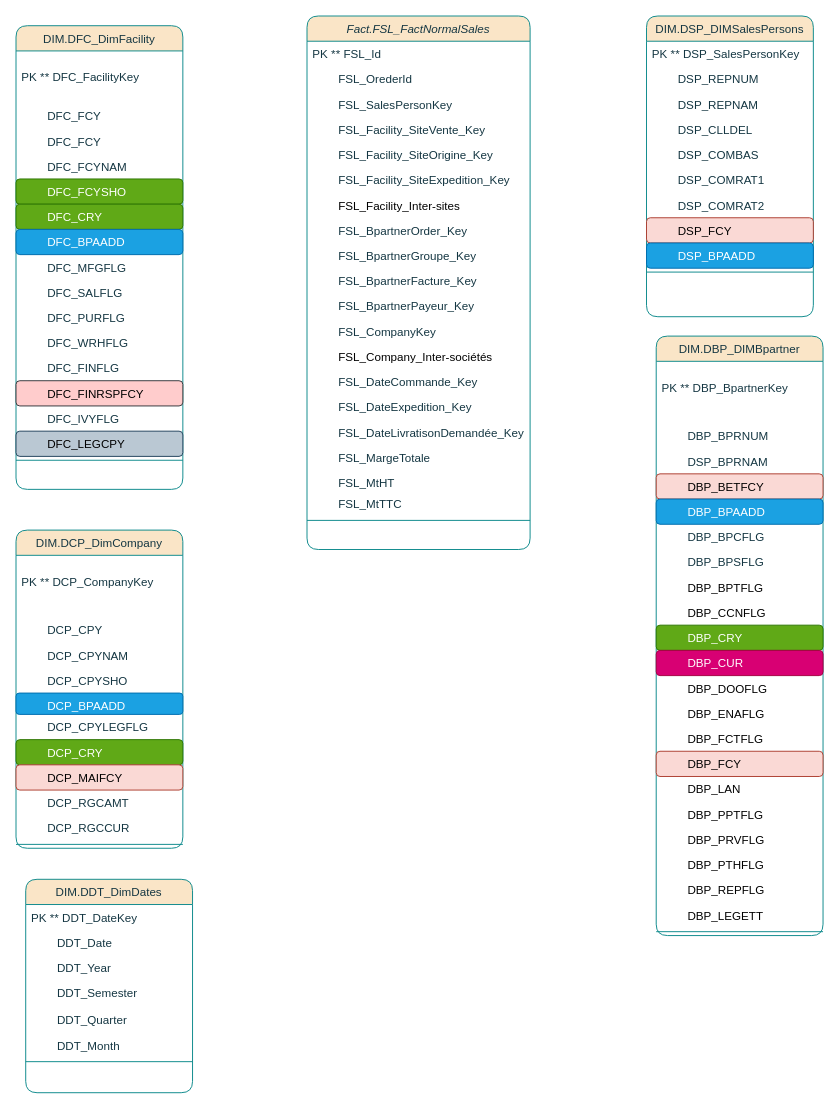
This is Diagramme de classe.drawio from BorchaniMohamed/BI_PROJECT_PFE, a draw.io file, before an edit. Source tidied: cells renumbered, new cells numbered last; positions are measured from the earlier drawing's top-left corner, leaving out a move shared by most shapes. Both pictures are drawn from the tidied source at 97%, with x=0, y=0 at pixel (16, 16).
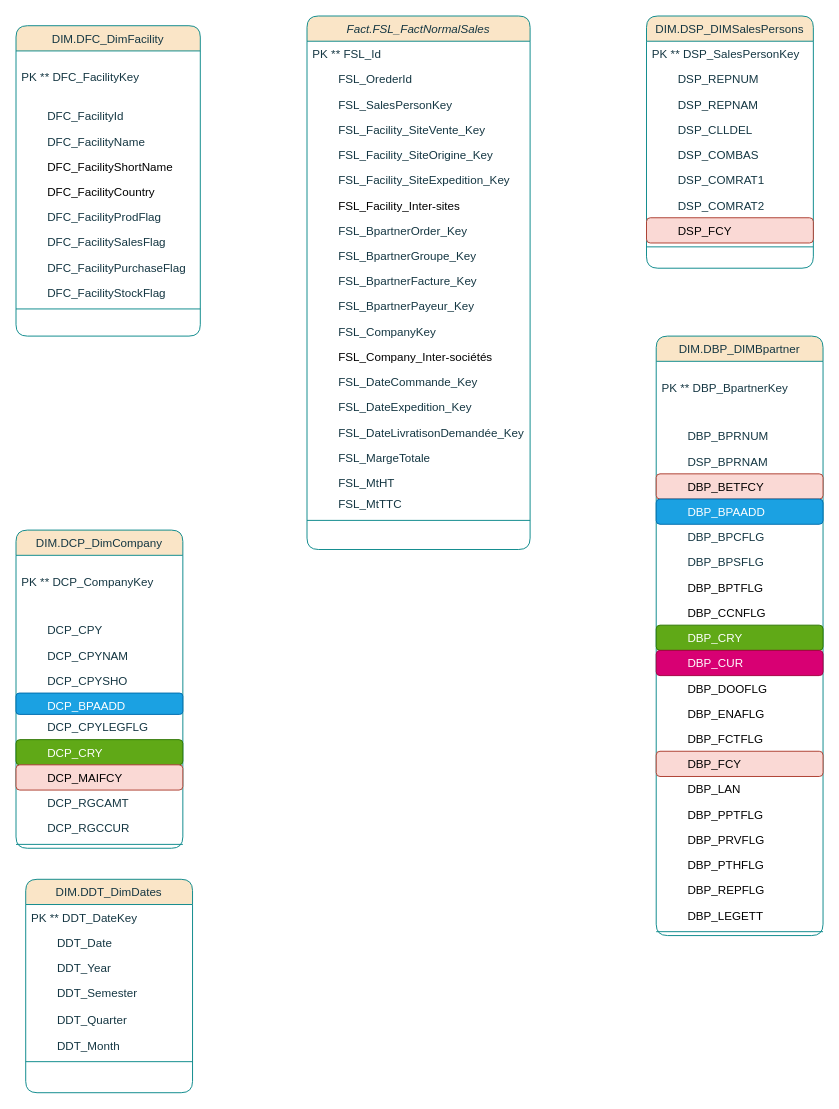
Above is the later version.

Commit message:
Mettre à jour Diagramme de classe.drawio

The edit, as a diff of the source:
```diff
@@
     <mxCell id="23" value="DIM.DSP_DIMSalesPersons" style="swimlane;fontStyle=0;align=center;verticalAlign=top;horizontal=1;startSize=26;rounded=1;shadow=0;strokeWidth=1;fillColor=#FAE5C7;strokeColor=#0F8B8D;labelBackgroundColor=none;fontColor=#143642;" parent="1" vertex="1">
-      <mxGeometry x="650" width="172" height="310" as="geometry" />
+      <mxGeometry x="650" width="172" height="260" as="geometry" />
     </mxCell>
@@
-    <mxCell id="32" value="        DSP_BPAADD" style="text;align=left;verticalAlign=top;spacingLeft=4;spacingRight=4;overflow=hidden;rounded=1;shadow=0;html=0;labelBackgroundColor=none;fontColor=#ffffff;fillColor=#1ba1e2;strokeColor=#006EAF;" parent="23" vertex="1">
-      <mxGeometry y="234" width="172" height="26" as="geometry" />
-    </mxCell>
     <mxCell id="33" style="line;html=1;strokeWidth=1;align=left;verticalAlign=middle;spacingTop=-1;spacingLeft=3;spacingRight=3;labelPosition=right;labelBackgroundColor=none;fillColor=#FAE5C7;strokeColor=#0F8B8D;fontColor=#143642;rounded=1;" parent="23" vertex="1">
-      <mxGeometry y="260" width="172" height="8" as="geometry" />
+      <mxGeometry y="234" width="172" height="8" as="geometry" />
     </mxCell>
     <mxCell id="34" value="DIM.DFC_DimFacility" style="swimlane;fontStyle=0;align=center;verticalAlign=top;horizontal=1;startSize=26;rounded=1;shadow=0;strokeWidth=1;fillColor=#FAE5C7;strokeColor=#0F8B8D;labelBackgroundColor=none;fontColor=#143642;" parent="1" vertex="1">
-      <mxGeometry y="10" width="172" height="478" as="geometry" />
+      <mxGeometry y="10" width="190" height="320" as="geometry" />
     </mxCell>
     <mxCell id="35" value="&#10;PK ** DFC_FacilityKey" style="text;align=left;verticalAlign=top;spacingLeft=4;spacingRight=4;overflow=hidden;labelBackgroundColor=none;fontColor=#143642;rounded=1;" parent="34" vertex="1">
-      <mxGeometry y="26" width="172" height="54" as="geometry" />
+      <mxGeometry y="26" width="190" height="54" as="geometry" />
     </mxCell>
-    <mxCell id="36" value="        DFC_FCY" style="text;align=left;verticalAlign=top;spacingLeft=4;spacingRight=4;overflow=hidden;labelBackgroundColor=none;fontColor=#143642;rounded=1;" parent="34" vertex="1">
-      <mxGeometry y="80" width="172" height="26" as="geometry" />
+    <mxCell id="36" value="        DFC_FacilityId" style="text;align=left;verticalAlign=top;spacingLeft=4;spacingRight=4;overflow=hidden;labelBackgroundColor=none;fontColor=#143642;rounded=1;" parent="34" vertex="1">
+      <mxGeometry y="80" width="190" height="26" as="geometry" />
     </mxCell>
-    <mxCell id="37" value="        DFC_FCY" style="text;align=left;verticalAlign=top;spacingLeft=4;spacingRight=4;overflow=hidden;labelBackgroundColor=none;fontColor=#143642;rounded=1;" parent="34" vertex="1">
-      <mxGeometry y="106" width="172" height="26" as="geometry" />
-    </mxCell>
-    <mxCell id="38" value="        DFC_FCYNAM" style="text;align=left;verticalAlign=top;spacingLeft=4;spacingRight=4;overflow=hidden;labelBackgroundColor=none;fontColor=#143642;rounded=1;" parent="34" vertex="1">
-      <mxGeometry y="132" width="172" height="26" as="geometry" />
+    <mxCell id="38" value="        DFC_FacilityName" style="text;align=left;verticalAlign=top;spacingLeft=4;spacingRight=4;overflow=hidden;labelBackgroundColor=none;fontColor=#143642;rounded=1;" parent="34" vertex="1">
+      <mxGeometry y="106" width="190" height="26" as="geometry" />
     </mxCell>
-    <mxCell id="39" value="        DFC_FCYSHO" style="text;align=left;verticalAlign=top;spacingLeft=4;spacingRight=4;overflow=hidden;labelBackgroundColor=none;rounded=1;fillColor=#60a917;fontColor=#ffffff;strokeColor=#2D7600;" parent="34" vertex="1">
-      <mxGeometry y="158" width="172" height="26" as="geometry" />
+    <mxCell id="39" value="        DFC_FacilityShortName" style="text;align=left;verticalAlign=top;spacingLeft=4;spacingRight=4;overflow=hidden;labelBackgroundColor=none;rounded=1;" parent="34" vertex="1">
+      <mxGeometry y="132" width="190" height="26" as="geometry" />
     </mxCell>
-    <mxCell id="40" value="        DFC_CRY" style="text;align=left;verticalAlign=top;spacingLeft=4;spacingRight=4;overflow=hidden;labelBackgroundColor=none;fontColor=#ffffff;rounded=1;fillColor=#60a917;strokeColor=#2D7600;" parent="34" vertex="1">
-      <mxGeometry y="184" width="172" height="26" as="geometry" />
+    <mxCell id="40" value="        DFC_FacilityCountry" style="text;align=left;verticalAlign=top;spacingLeft=4;spacingRight=4;overflow=hidden;labelBackgroundColor=none;rounded=1;" parent="34" vertex="1">
+      <mxGeometry y="158" width="190" height="26" as="geometry" />
     </mxCell>
-    <mxCell id="41" value="        DFC_BPAADD" style="text;align=left;verticalAlign=top;spacingLeft=4;spacingRight=4;overflow=hidden;labelBackgroundColor=none;fontColor=#ffffff;rounded=1;fillColor=#1ba1e2;strokeColor=#006EAF;" parent="34" vertex="1">
-      <mxGeometry y="210" width="172" height="26" as="geometry" />
-    </mxCell>
-    <mxCell id="42" value="        DFC_MFGFLG" style="text;align=left;verticalAlign=top;spacingLeft=4;spacingRight=4;overflow=hidden;labelBackgroundColor=none;fontColor=#143642;rounded=1;" parent="34" vertex="1">
-      <mxGeometry y="236" width="172" height="26" as="geometry" />
+    <mxCell id="42" value="        DFC_FacilityProdFlag" style="text;align=left;verticalAlign=top;spacingLeft=4;spacingRight=4;overflow=hidden;labelBackgroundColor=none;fontColor=#143642;rounded=1;" parent="34" vertex="1">
+      <mxGeometry y="184" width="190" height="26" as="geometry" />
     </mxCell>
-    <mxCell id="43" value="        DFC_SALFLG" style="text;align=left;verticalAlign=top;spacingLeft=4;spacingRight=4;overflow=hidden;labelBackgroundColor=none;fontColor=#143642;rounded=1;" parent="34" vertex="1">
-      <mxGeometry y="262" width="172" height="26" as="geometry" />
+    <mxCell id="43" value="        DFC_FacilitySalesFlag" style="text;align=left;verticalAlign=top;spacingLeft=4;spacingRight=4;overflow=hidden;labelBackgroundColor=none;fontColor=#143642;rounded=1;" parent="34" vertex="1">
+      <mxGeometry y="210" width="190" height="26" as="geometry" />
     </mxCell>
-    <mxCell id="44" value="        DFC_PURFLG" style="text;align=left;verticalAlign=top;spacingLeft=4;spacingRight=4;overflow=hidden;labelBackgroundColor=none;fontColor=#143642;rounded=1;" parent="34" vertex="1">
-      <mxGeometry y="288" width="172" height="26" as="geometry" />
+    <mxCell id="44" value="        DFC_FacilityPurchaseFlag" style="text;align=left;verticalAlign=top;spacingLeft=4;spacingRight=4;overflow=hidden;labelBackgroundColor=none;fontColor=#143642;rounded=1;" parent="34" vertex="1">
+      <mxGeometry y="236" width="190" height="26" as="geometry" />
     </mxCell>
-    <mxCell id="45" value="        DFC_WRHFLG" style="text;align=left;verticalAlign=top;spacingLeft=4;spacingRight=4;overflow=hidden;labelBackgroundColor=none;fontColor=#143642;rounded=1;" parent="34" vertex="1">
-      <mxGeometry y="314" width="172" height="26" as="geometry" />
+    <mxCell id="45" value="        DFC_FacilityStockFlag" style="text;align=left;verticalAlign=top;spacingLeft=4;spacingRight=4;overflow=hidden;labelBackgroundColor=none;fontColor=#143642;rounded=1;" parent="34" vertex="1">
+      <mxGeometry y="262" width="190" height="26" as="geometry" />
     </mxCell>
-    <mxCell id="46" value="        DFC_FINFLG" style="text;align=left;verticalAlign=top;spacingLeft=4;spacingRight=4;overflow=hidden;labelBackgroundColor=none;fontColor=#143642;rounded=1;" parent="34" vertex="1">
-      <mxGeometry y="340" width="172" height="26" as="geometry" />
-    </mxCell>
-    <mxCell id="47" value="        DFC_FINRSPFCY" style="text;align=left;verticalAlign=top;spacingLeft=4;spacingRight=4;overflow=hidden;labelBackgroundColor=none;rounded=1;fillColor=#ffcccc;strokeColor=#36393d;" parent="34" vertex="1">
-      <mxGeometry y="366" width="172" height="26" as="geometry" />
-    </mxCell>
-    <mxCell id="48" value="        DFC_IVYFLG" style="text;align=left;verticalAlign=top;spacingLeft=4;spacingRight=4;overflow=hidden;labelBackgroundColor=none;fontColor=#143642;rounded=1;" parent="34" vertex="1">
-      <mxGeometry y="392" width="172" height="26" as="geometry" />
-    </mxCell>
-    <mxCell id="49" value="        DFC_LEGCPY" style="text;align=left;verticalAlign=top;spacingLeft=4;spacingRight=4;overflow=hidden;labelBackgroundColor=none;rounded=1;fillColor=#bac8d3;strokeColor=#23445d;" parent="34" vertex="1">
-      <mxGeometry y="418" width="172" height="26" as="geometry" />
-    </mxCell>
     <mxCell id="50" style="line;html=1;strokeWidth=1;align=left;verticalAlign=middle;spacingTop=-1;spacingLeft=3;spacingRight=3;labelPosition=right;labelBackgroundColor=none;fillColor=#FAE5C7;strokeColor=#0F8B8D;fontColor=#143642;rounded=1;" parent="34" vertex="1">
-      <mxGeometry y="444" width="172" height="8" as="geometry" />
+      <mxGeometry y="288" width="190" height="8" as="geometry" />
     </mxCell>
```
